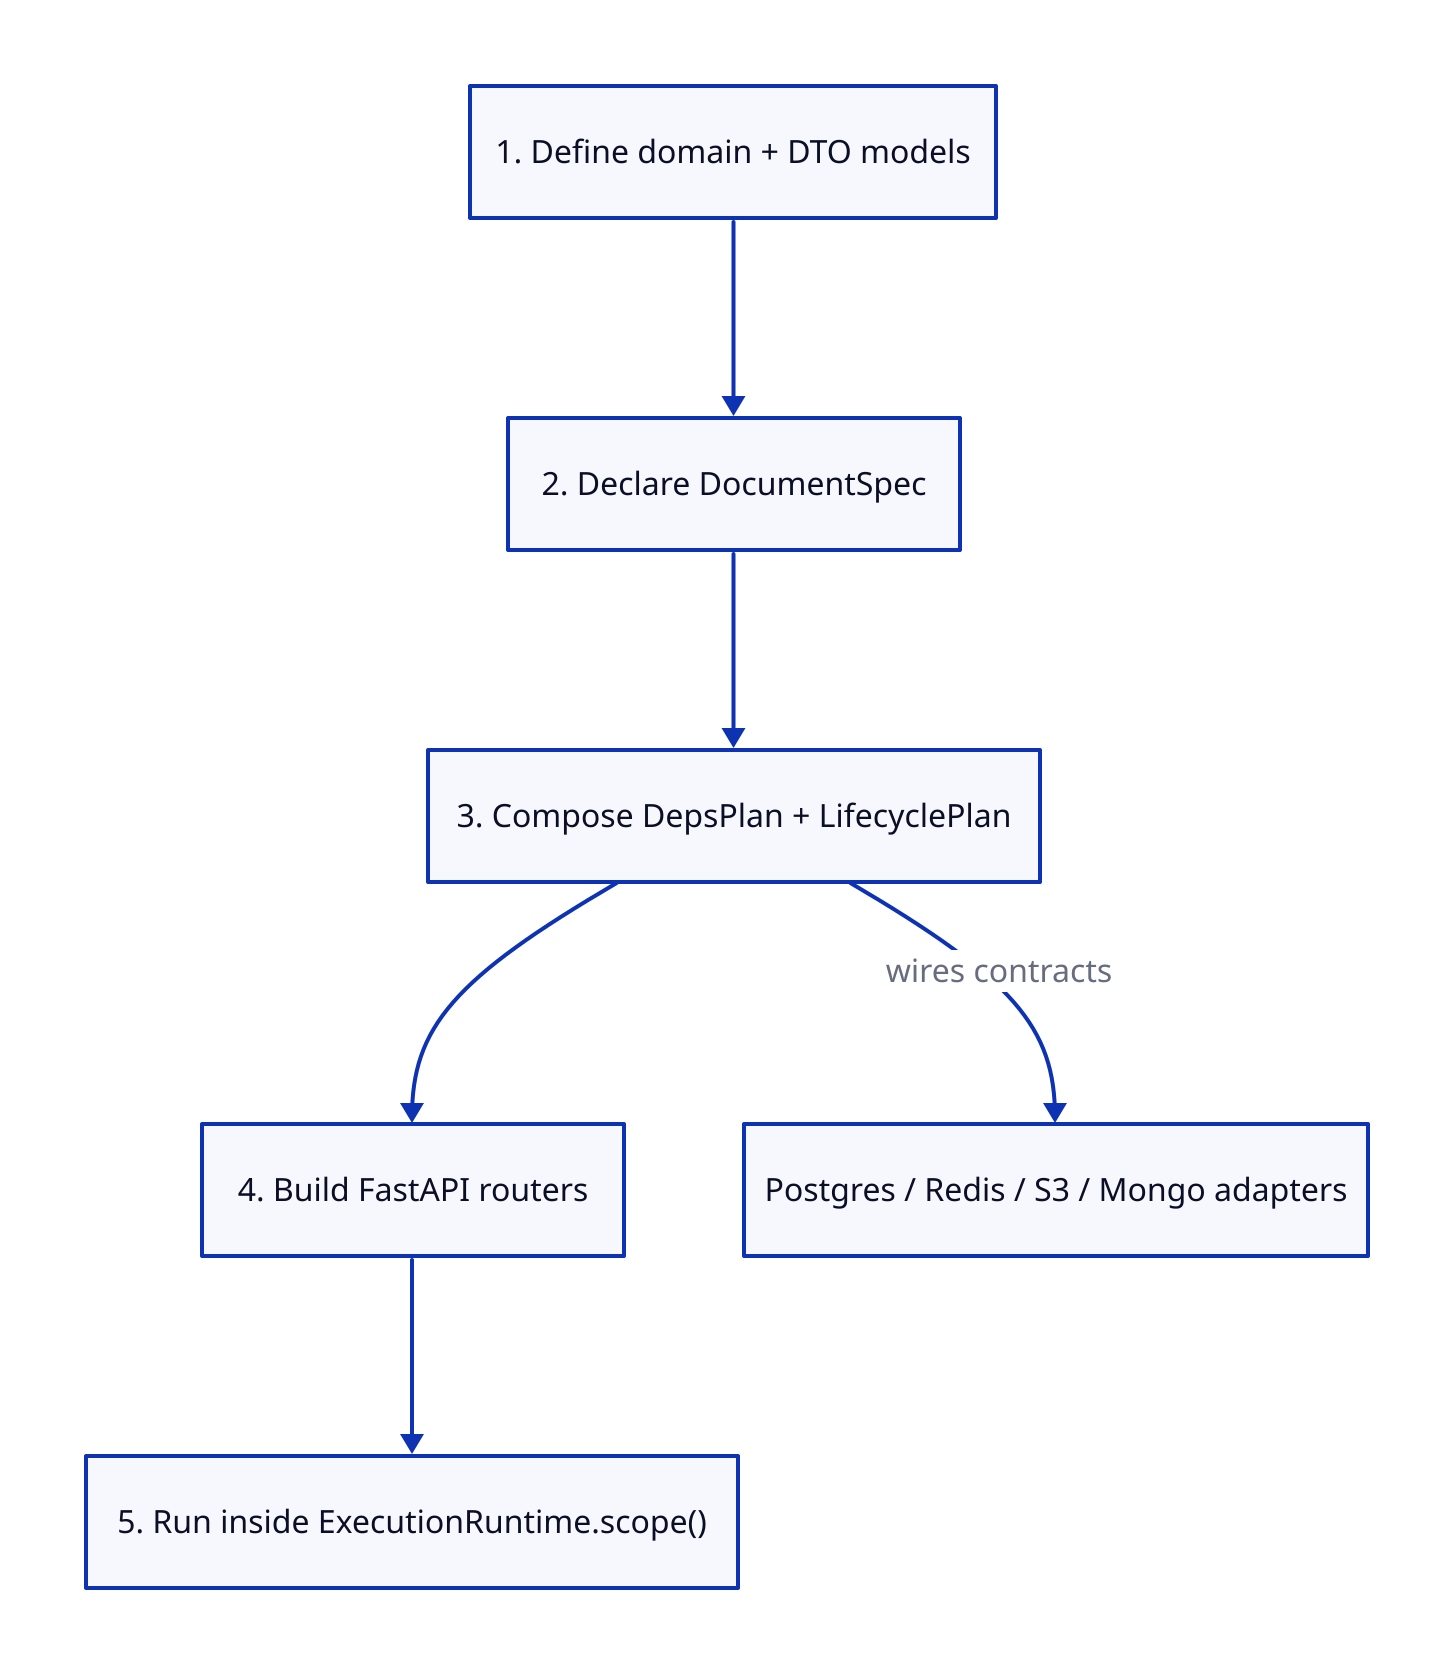
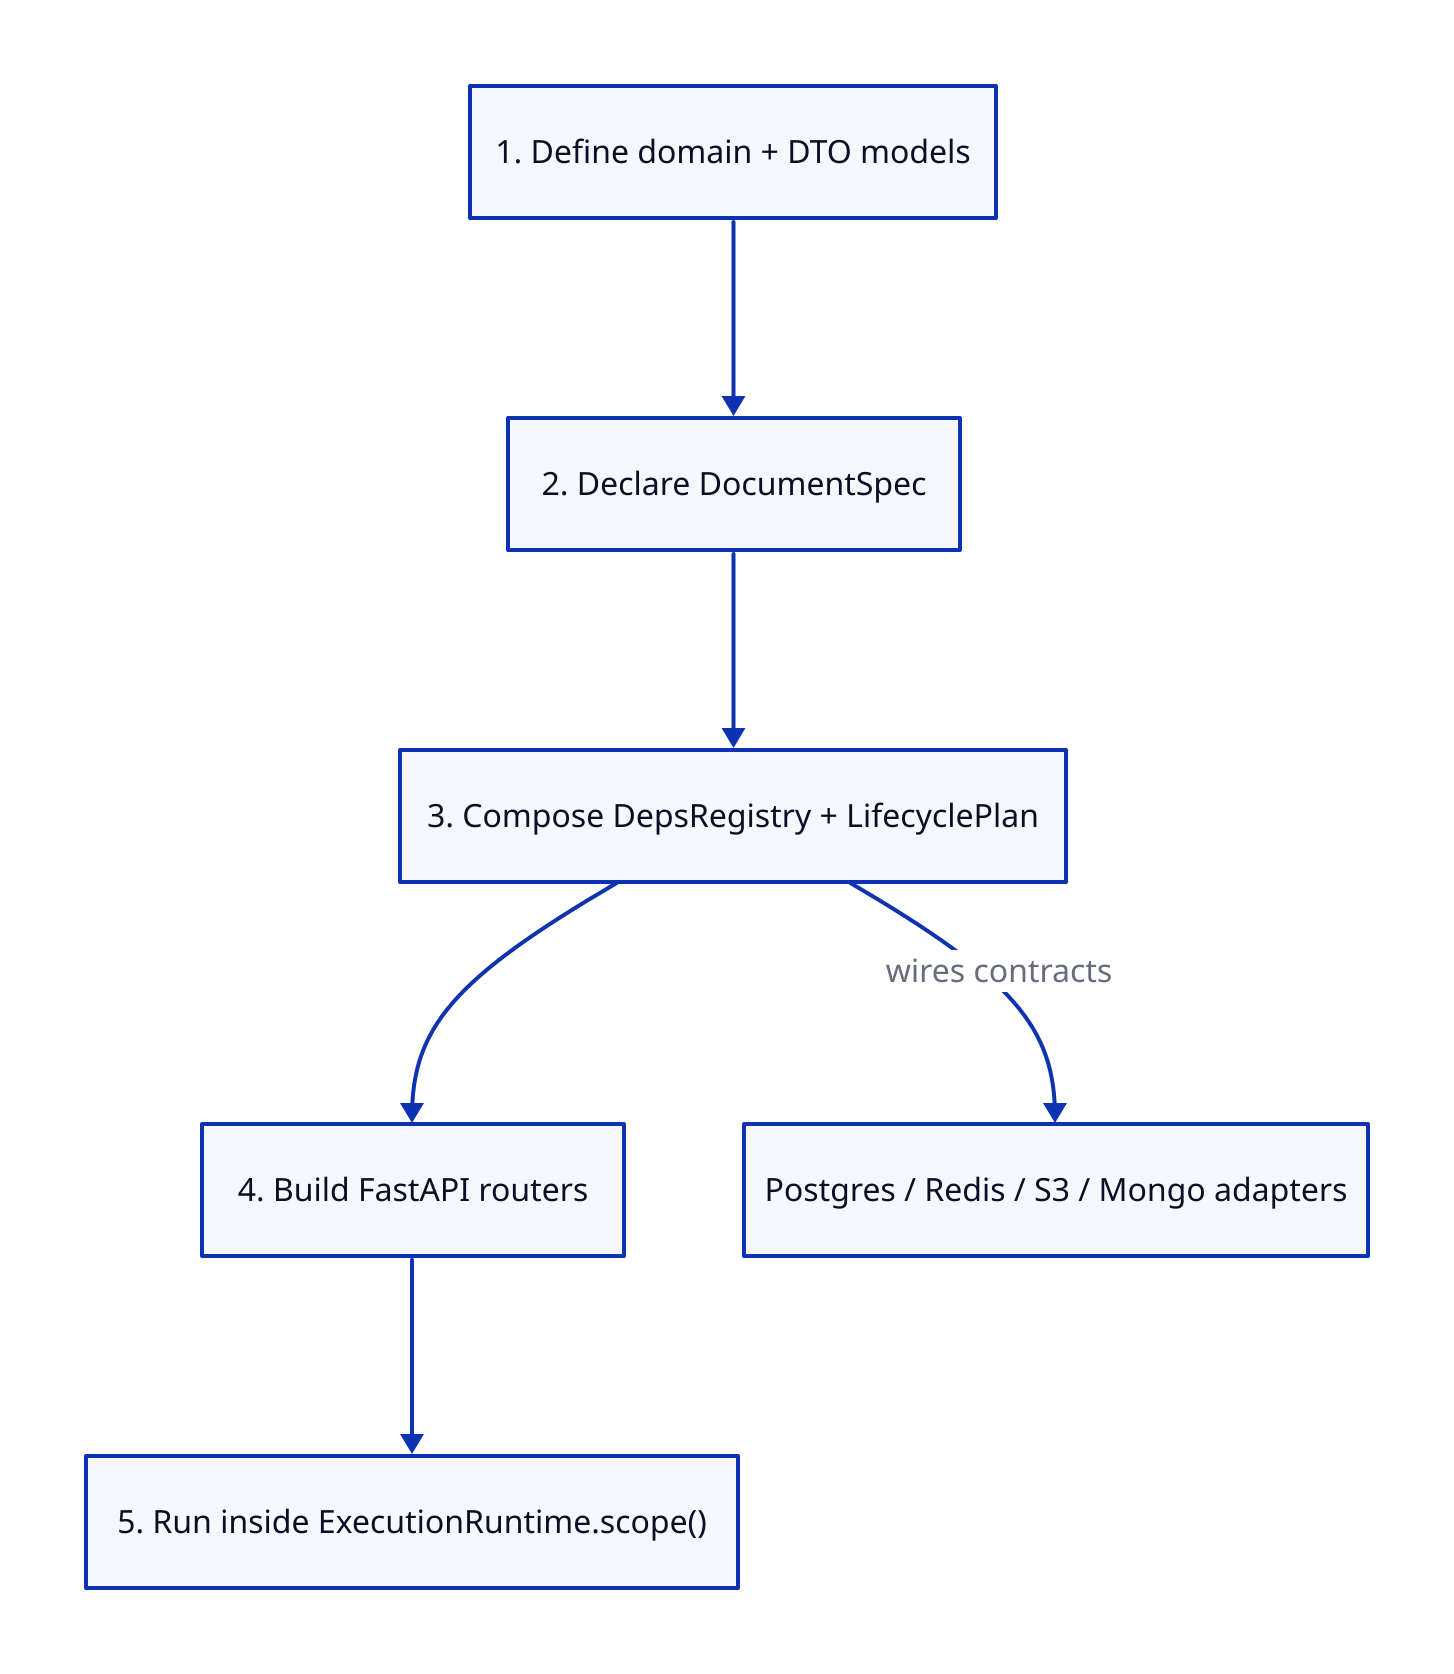
style: {
    fill: transparent
}

vars: {
    d2-config: {
        pad: 42
    }
}

direction: down

DefineModels: {
    shape: rectangle
    label: 1. Define domain + DTO models
}

DocumentSpec: {
    shape: rectangle
    label: 2. Declare DocumentSpec
}

ComposeRuntime: {
    shape: rectangle
-     label: 3. Compose DepsPlan + LifecyclePlan
+     label: 3. Compose DepsRegistry + LifecyclePlan
}

ExposeRoutes: {
    shape: rectangle
    label: 4. Build FastAPI routers
}

RunScope: {
    shape: rectangle
    label: 5. Run inside ExecutionRuntime.scope()
}

DefineModels -> DocumentSpec -> ComposeRuntime -> ExposeRoutes -> RunScope

Adapters: {
    shape: rectangle
    label: Postgres / Redis / S3 / Mongo adapters
}

ComposeRuntime -> Adapters: wires contracts
